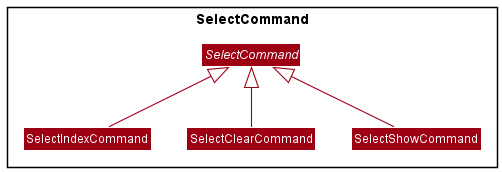
Earlier version of the PlantUML export docs/images/SelectCommandClassDiagram.png (nus-cs2103-AY2021S2/tp). Its diagram source:
```plantuml
@startuml
!include style.puml
skinparam arrowThickness 1.1
skinparam arrowColor MODEL_COLOR
skinparam classBackgroundColor MODEL_COLOR

Package SelectCommand <<Rectangle>>{
Abstract SelectCommand
SelectIndexCommand -up-|> SelectCommand
SelectClearCommand -up-|> SelectCommand
SelectShowCommand -up-|> SelectCommand
}
@enduml
```
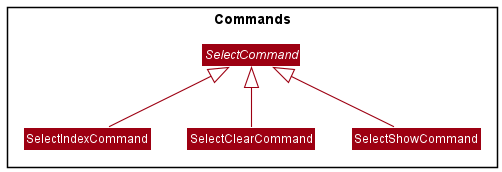
Above is the later version.

Diff of the diagram source:
```diff
@@ -4,7 +4,7 @@
 skinparam arrowColor MODEL_COLOR
 skinparam classBackgroundColor MODEL_COLOR
 
-Package SelectCommand <<Rectangle>>{
+Package Commands <<Rectangle>>{
 Abstract SelectCommand
 SelectIndexCommand -up-|> SelectCommand
 SelectClearCommand -up-|> SelectCommand
```
